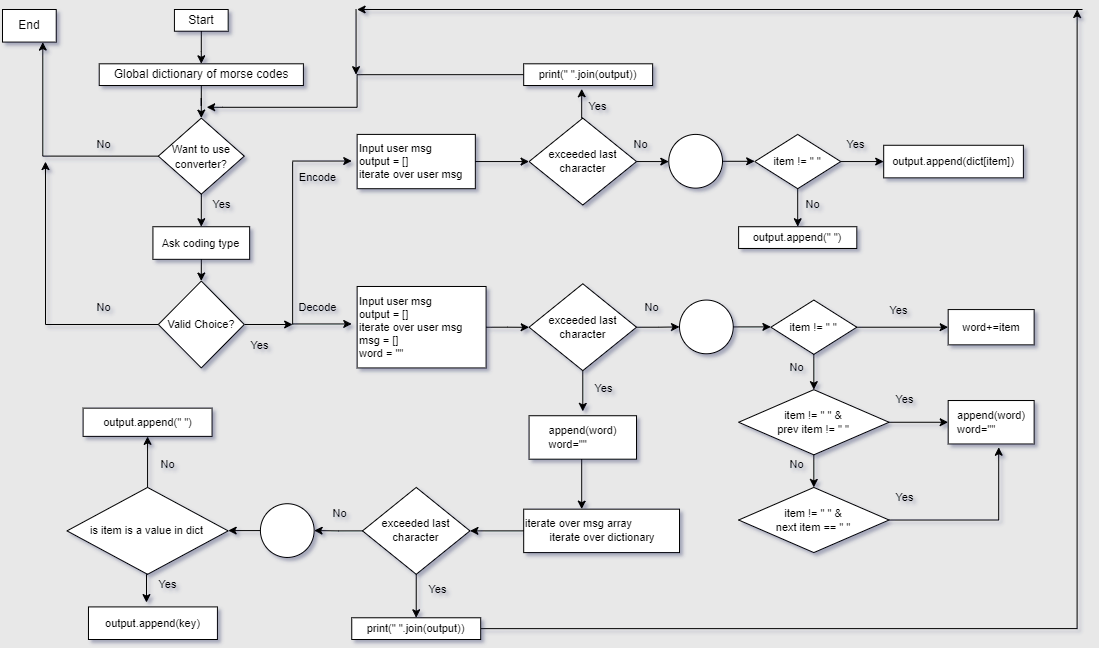
The draw.io diagram Morse Code Converter Flowchart.png in Ishan2608/Morse-Code-Convertor, before a commit. Source tidied: cells renumbered, new cells last; positions are measured from the earlier drawing's top-left corner, leaving out a move shared by most shapes.
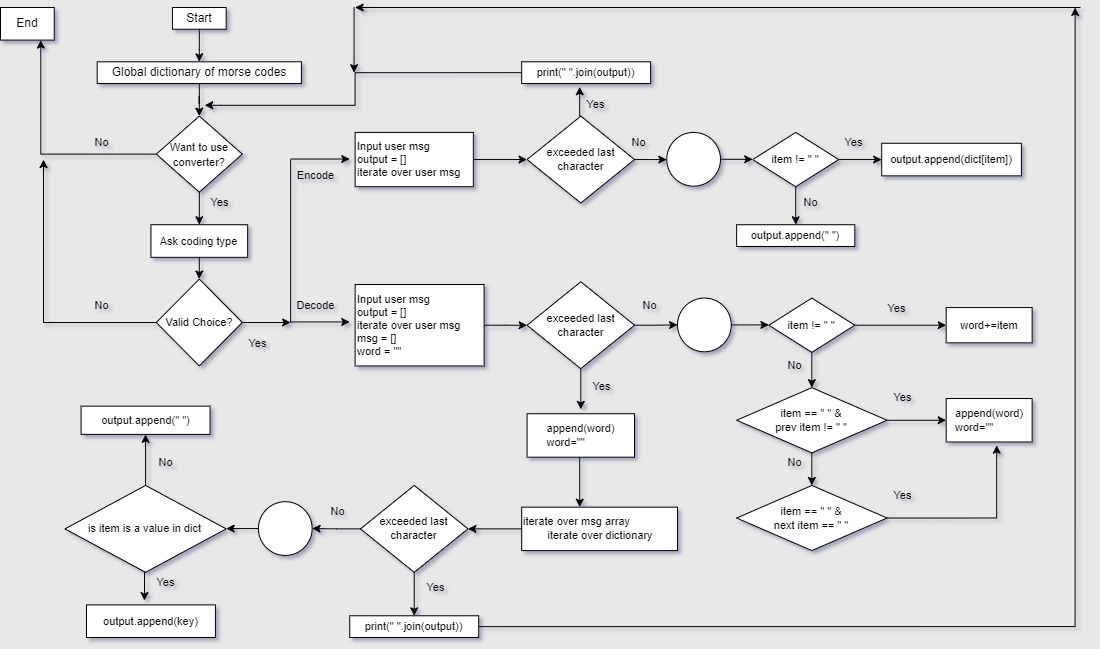
After the change.

Diff of the diagram source:
```diff
@@ -176,13 +176,13 @@
     <mxCell id="51" style="edgeStyle=orthogonalEdgeStyle;rounded=0;jettySize=auto;html=1;exitX=1;exitY=0.5;exitDx=0;exitDy=0;entryX=0;entryY=0.5;entryDx=0;entryDy=0;fontSize=11;" parent="2" edge="1" source="47" target="50">
       <mxGeometry relative="1" as="geometry" />
     </mxCell>
-    <mxCell id="52" value="item != &quot; &quot; &amp;amp;&lt;br&gt;prev item != &quot; &quot;" style="rhombus;whiteSpace=wrap;html=1;fontSize=11;" parent="2" vertex="1">
+    <mxCell id="52" value="item == &quot; &quot; &amp;amp;&lt;br&gt;prev item != &quot; &quot;" style="rhombus;whiteSpace=wrap;html=1;fontSize=11;" parent="2" vertex="1">
       <mxGeometry x="736.1" y="380.2" width="150.4" height="65.2" as="geometry" />
     </mxCell>
     <mxCell id="53" style="edgeStyle=orthogonalEdgeStyle;rounded=0;jettySize=auto;html=1;exitX=0.5;exitY=1;exitDx=0;exitDy=0;entryX=0.5;entryY=0;entryDx=0;entryDy=0;fontSize=11;" parent="2" edge="1" source="50" target="52">
       <mxGeometry relative="1" as="geometry" />
     </mxCell>
-    <mxCell id="54" value="item != &quot; &quot; &amp;amp;&lt;br&gt;next item == &quot; &quot;" style="rhombus;whiteSpace=wrap;html=1;fontSize=11;" parent="2" vertex="1">
+    <mxCell id="54" value="item == &quot; &quot; &amp;amp;&lt;br&gt;next item == &quot; &quot;" style="rhombus;whiteSpace=wrap;html=1;fontSize=11;" parent="2" vertex="1">
       <mxGeometry x="736.1" y="477.9" width="150.4" height="65.2" as="geometry" />
     </mxCell>
     <mxCell id="55" style="edgeStyle=orthogonalEdgeStyle;rounded=0;jettySize=auto;html=1;exitX=0.5;exitY=1;exitDx=0;exitDy=0;entryX=0.5;entryY=0;entryDx=0;entryDy=0;fontSize=11;" parent="2" edge="1" source="52" target="54">
```
